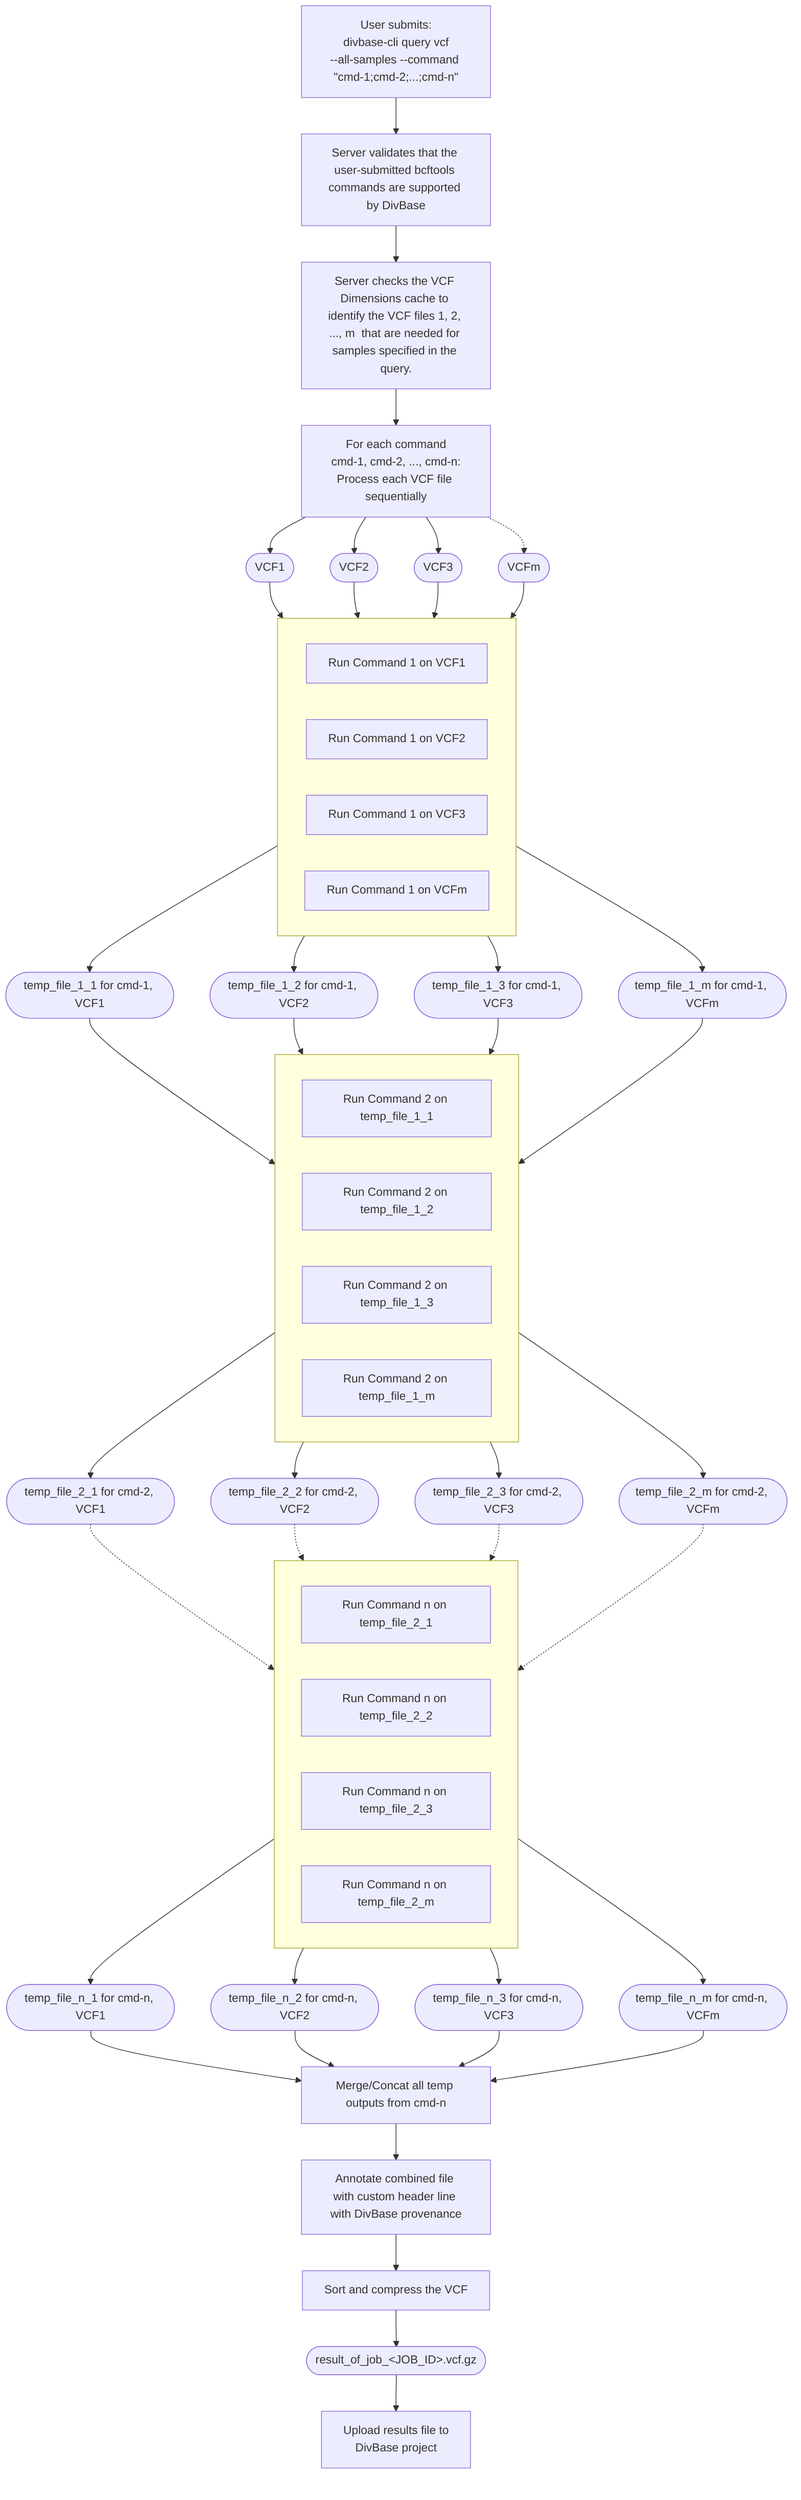
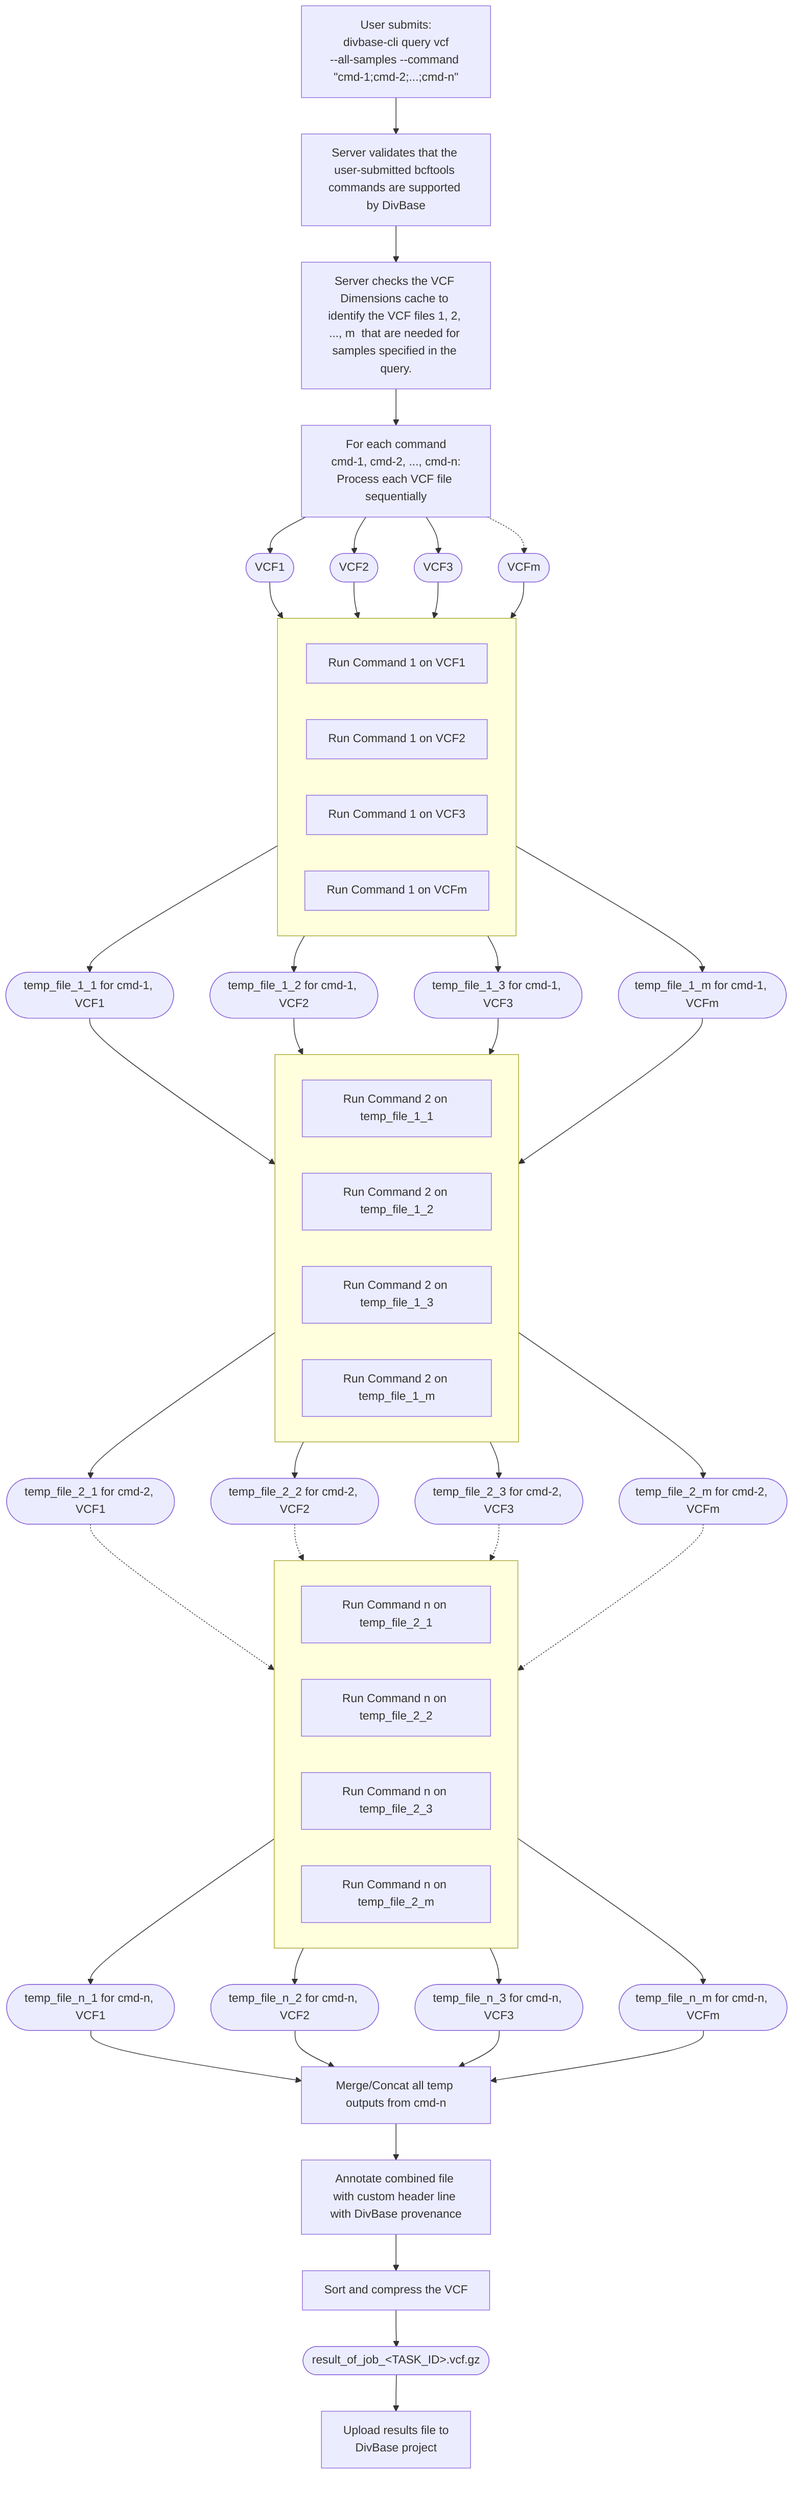
flowchart TB

    A["`User submits:
    divbase-cli query vcf
    --all-samples --command &quot;cmd-1;cmd-2;...;cmd-n&quot;`"] --> B["`Server validates that the user-submitted bcftools commands are supported by DivBase`"]
    B --> C[Server checks the VCF Dimensions cache to identify the VCF files 1, 2, ..., m  that are needed for samples specified in the query.]
    C --> D["`For each command
    cmd-1, cmd-2, ..., cmd-n:
    Process each VCF file sequentially`"]
    D --> VCF1_START([VCF1])
    D --> VCF2_START([VCF2])
    D --> VCF3_START([VCF3])
    D -.-> VCFm_START([VCFm])


    subgraph stage1[" "]
        direction LR
        VCF1_CMD1[Run Command 1 on VCF1]
        VCF2_CMD1[Run Command 1 on VCF2]
        VCF3_CMD1[Run Command 1 on VCF3]
        VCFm_CMD1[Run Command 1 on VCFm]
    end

    subgraph stage2[" "]
        direction LR
        VCF1_CMD2[Run Command 2 on temp_file_1_1]
        VCF2_CMD2[Run Command 2 on temp_file_1_2]
        VCF3_CMD2[Run Command 2 on temp_file_1_3]
        VCFm_CMD2[Run Command 2 on temp_file_1_m]
    end

    subgraph stageN[" "]
        direction LR
        VCF1_CMDN[Run Command n on temp_file_2_1]
        VCF2_CMDN[Run Command n on temp_file_2_2]
        VCF3_CMDN[Run Command n on temp_file_2_3]
        VCFm_CMDN[Run Command n on temp_file_2_m]
    end


    %% Track for VCF1
    VCF1_START --> VCF1_CMD1[ Run Command 1 on VCF1]
    VCF1_CMD1--> VCF1_TEMP1([temp_file_1_1 for cmd-1, VCF1])
    VCF1_TEMP1 --> VCF1_CMD2[Run Command 2 on temp_file_1_1]
    VCF1_CMD2--> VCF1_TEMP2([temp_file_2_1 for cmd-2, VCF1])
    VCF1_TEMP2 -.-> VCF1_CMDN[Run Command n on temp_file_2_1]
    VCF1_CMDN --> VCF1_OUT([temp_file_n_1 for cmd-n, VCF1])

    %% Track for VCF2
    VCF2_START --> VCF2_CMD1[Run Command 1 on VCF2]
    VCF2_CMD1--> VCF2_TEMP1([temp_file_1_2 for cmd-1, VCF2])
    VCF2_TEMP1 --> VCF2_CMD2[Run Command 2 on temp_file_1_2]
    VCF2_CMD2--> VCF2_TEMP2([temp_file_2_2 for cmd-2, VCF2])
    VCF2_TEMP2 -.-> VCF2_CMDN[Run Command n on temp_file_2_2]
    VCF2_CMDN --> VCF2_OUT([temp_file_n_2 for cmd-n, VCF2])

    %% Track for VCF3
    VCF3_START --> VCF3_CMD1[Run Command 1 on VCF3]
    VCF3_CMD1--> VCF3_TEMP1([temp_file_1_3 for cmd-1, VCF3])
    VCF3_TEMP1 --> VCF3_CMD2[Run Command 2 on temp_file_1_3]
    VCF3_CMD2--> VCF3_TEMP2([temp_file_2_3 for cmd-2, VCF3])
    VCF3_TEMP2 -.-> VCF3_CMDN[Run Command n on temp_file_2_3]
    VCF3_CMDN --> VCF3_OUT([temp_file_n_3 for cmd-n, VCF3])


    %% Track for VCFN
    VCFm_START --> VCFm_CMD1[Run Command 1 on VCFm]
    VCFm_CMD1--> VCFm_TEMP1([temp_file_1_m for cmd-1, VCFm])
    VCFm_TEMP1 --> VCFm_CMD2[Run Command 2 on temp_file_1_m]
    VCFm_CMD2--> VCFm_TEMP2([temp_file_2_m for cmd-2, VCFm])
    VCFm_TEMP2 -.-> VCFm_CMDN[Run Command n on temp_file_2_m]
    VCFm_CMDN --> VCFm_OUT([temp_file_n_m for cmd-n, VCFm])


    %% Merge step
    VCF1_OUT --> MERGE[Merge/Concat all temp outputs from cmd-n]
    VCF2_OUT --> MERGE
    VCF3_OUT --> MERGE
    VCFm_OUT --> MERGE
    MERGE --> ANNOTATE[Annotate combined file with custom header line with DivBase provenance]
    ANNOTATE --> SORT[Sort and compress the VCF]
-     SORT --> RESULT([result_of_job_&lt;JOB_ID&gt;.vcf.gz])
+     SORT --> RESULT([result_of_job_&lt;TASK_ID&gt;.vcf.gz])
    RESULT --> UPLOAD["`Upload results file to
    DivBase project`"]

    %% subgraph Legend [Legend]
    %%     direction LR
    %%     Round([VCF file])
    %%     Square[Process/Command]
    %% end

%% Exported to dark theme PNG with:

%% mmdc -i docs/assets/diagrams/vcf_query_processing_for_user_guide.mermaid \
%%      -o docs/assets/diagrams/vcf_query_processing_for_user_guide.png --theme dark --backgroundColor  "#22272e" --scale 2

%% Command used to export to SVG, but it was too large
%% mmdc -i docs/assets/diagrams/vcf_query_processing_for_user_guide.mermaid \
%%      -o docs/assets/diagrams/vcf_query_processing_for_user_guide.svg --theme dark --backgroundColor  "#22272e"
